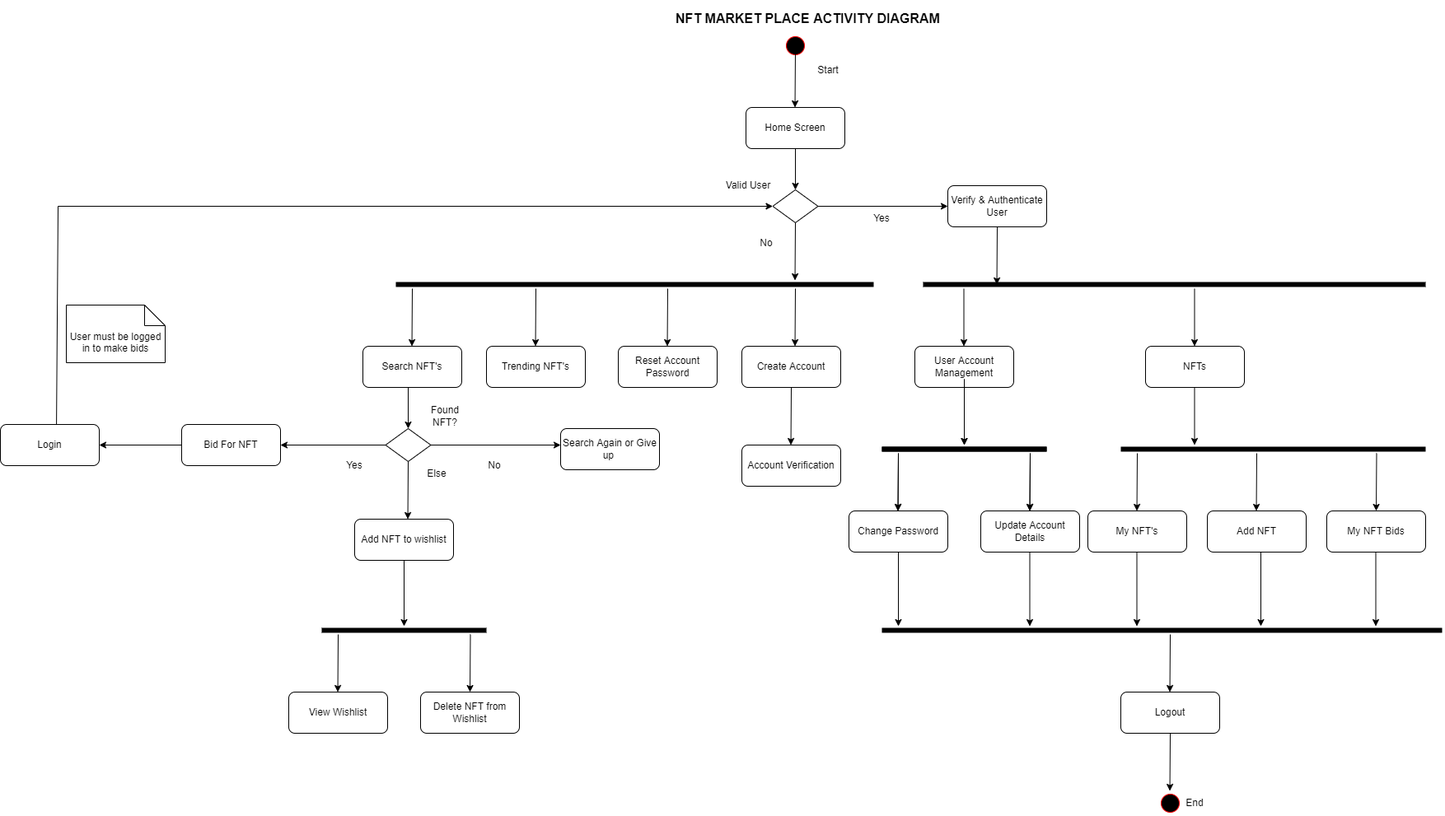
This is diagrams/activity-diagram.png from kevy0915/NFT_MarketPlace, a draw.io export, as it was before one commit. Source tidied: cells renumbered, new cells last; positions are measured from the earlier drawing's top-left corner, leaving out a move shared by most shapes.
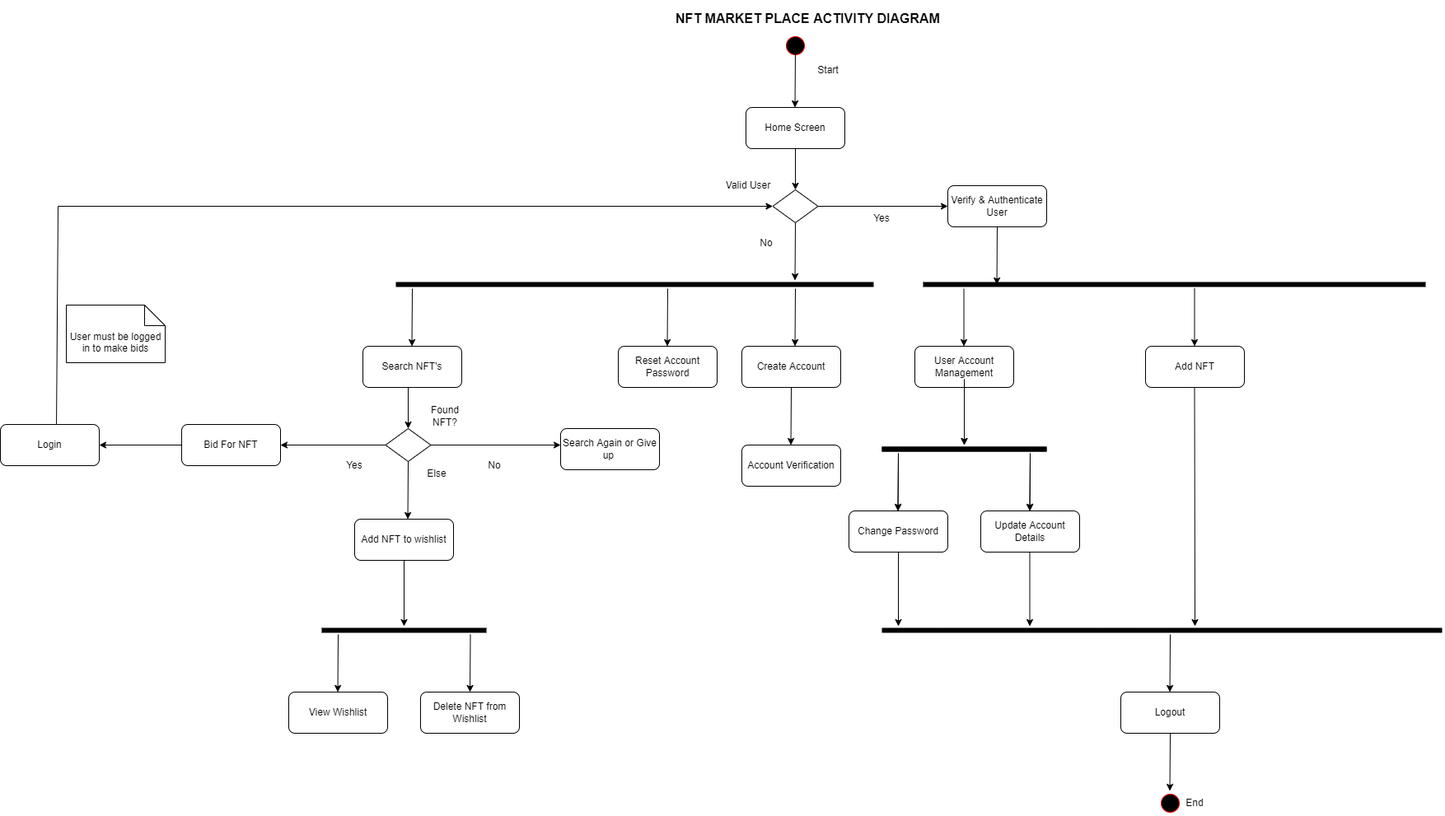
The same diagram one commit later.

Commit message:
removed trending nfts,my bids, my nfts from the activity diagram

Diff of the diagram source:
```diff
@@ -110,15 +110,9 @@
         <mxPoint x="1249.5" y="620" as="targetPoint" />
       </mxGeometry>
     </mxCell>
-    <mxCell id="29" value="Add NFT" style="rounded=1;whiteSpace=wrap;html=1;" parent="1" vertex="1">
-      <mxGeometry x="1465" y="620" width="120" height="50" as="geometry" />
-    </mxCell>
-    <mxCell id="30" value="NFTs" style="rounded=1;whiteSpace=wrap;html=1;" parent="1" vertex="1">
+    <mxCell id="30" value="Add NFT" style="rounded=1;whiteSpace=wrap;html=1;" parent="1" vertex="1">
       <mxGeometry x="1390" y="420" width="120" height="50" as="geometry" />
     </mxCell>
-    <mxCell id="31" value="My NFT Bids" style="rounded=1;whiteSpace=wrap;html=1;" parent="1" vertex="1">
-      <mxGeometry x="1610" y="620" width="120" height="50" as="geometry" />
-    </mxCell>
     <mxCell id="32" value="Start" style="text;html=1;strokeColor=none;fillColor=none;align=center;verticalAlign=middle;whiteSpace=wrap;rounded=0;" parent="1" vertex="1">
       <mxGeometry x="975" y="70" width="60" height="30" as="geometry" />
     </mxCell>
@@ -143,33 +137,12 @@
         <mxPoint x="1249.5" y="620" as="targetPoint" />
       </mxGeometry>
     </mxCell>
-    <mxCell id="37" value="Trending NFT's" style="rounded=1;whiteSpace=wrap;html=1;" parent="1" vertex="1">
-      <mxGeometry x="590" y="420" width="120" height="50" as="geometry" />
-    </mxCell>
-    <mxCell id="38" value="My NFT's" style="rounded=1;whiteSpace=wrap;html=1;" parent="1" vertex="1">
-      <mxGeometry x="1320" y="620" width="120" height="50" as="geometry" />
-    </mxCell>
     <mxCell id="39" style="endArrow=classic;html=1;rounded=0;" parent="1" edge="1">
       <mxGeometry relative="1" as="geometry">
         <mxPoint x="1449.5" y="470" as="sourcePoint" />
-        <mxPoint x="1449.5" y="540" as="targetPoint" />
+        <mxPoint x="1450" y="760" as="targetPoint" />
       </mxGeometry>
     </mxCell>
-    <mxCell id="40" style="shape=line;html=1;strokeWidth=6;strokeColor=#000000;" parent="1" vertex="1">
-      <mxGeometry x="1360" y="540" width="370" height="10" as="geometry" />
-    </mxCell>
-    <mxCell id="41" style="endArrow=classic;html=1;rounded=0;exitX=0.5;exitY=1;exitDx=0;exitDy=0;" parent="1" edge="1">
-      <mxGeometry relative="1" as="geometry">
-        <mxPoint x="1380" y="550" as="sourcePoint" />
-        <mxPoint x="1379.5" y="620" as="targetPoint" />
-      </mxGeometry>
-    </mxCell>
-    <mxCell id="42" style="endArrow=classic;html=1;rounded=0;exitX=0.5;exitY=1;exitDx=0;exitDy=0;" parent="1" edge="1">
-      <mxGeometry relative="1" as="geometry">
-        <mxPoint x="650" y="350" as="sourcePoint" />
-        <mxPoint x="649.5" y="420" as="targetPoint" />
-      </mxGeometry>
-    </mxCell>
     <mxCell id="43" style="shape=line;html=1;strokeWidth=6;strokeColor=#000000;" parent="1" vertex="1">
       <mxGeometry x="1070" y="760" width="680" height="10" as="geometry" />
     </mxCell>
@@ -268,24 +241,6 @@
         <mxPoint x="1249.5" y="760" as="targetPoint" />
       </mxGeometry>
     </mxCell>
-    <mxCell id="66" style="endArrow=classic;html=1;rounded=0;exitX=0.5;exitY=1;exitDx=0;exitDy=0;" parent="1" edge="1">
-      <mxGeometry relative="1" as="geometry">
-        <mxPoint x="1379.5" y="670" as="sourcePoint" />
-        <mxPoint x="1379.5" y="760" as="targetPoint" />
-      </mxGeometry>
-    </mxCell>
-    <mxCell id="67" style="endArrow=classic;html=1;rounded=0;exitX=0.5;exitY=1;exitDx=0;exitDy=0;" parent="1" edge="1">
-      <mxGeometry relative="1" as="geometry">
-        <mxPoint x="1530" y="670" as="sourcePoint" />
-        <mxPoint x="1530" y="760" as="targetPoint" />
-      </mxGeometry>
-    </mxCell>
-    <mxCell id="68" style="endArrow=classic;html=1;rounded=0;exitX=0.5;exitY=1;exitDx=0;exitDy=0;" parent="1" edge="1">
-      <mxGeometry relative="1" as="geometry">
-        <mxPoint x="1669.5" y="670" as="sourcePoint" />
-        <mxPoint x="1669.5" y="760" as="targetPoint" />
-      </mxGeometry>
-    </mxCell>
     <mxCell id="69" style="endArrow=classic;html=1;rounded=0;strokeColor=#000000;exitX=0;exitY=0.5;exitDx=0;exitDy=0;" parent="1" edge="1" source="50">
       <mxGeometry relative="1" as="geometry">
         <mxPoint x="340" y="540" as="targetPoint" />
@@ -301,18 +256,6 @@
         </Array>
       </mxGeometry>
     </mxCell>
-    <mxCell id="72" style="endArrow=classic;html=1;rounded=0;exitX=0.5;exitY=1;exitDx=0;exitDy=0;" parent="1" edge="1">
-      <mxGeometry relative="1" as="geometry">
-        <mxPoint x="1525" y="550" as="sourcePoint" />
-        <mxPoint x="1524.5" y="620" as="targetPoint" />
-      </mxGeometry>
-    </mxCell>
-    <mxCell id="73" style="endArrow=classic;html=1;rounded=0;exitX=0.5;exitY=1;exitDx=0;exitDy=0;" parent="1" edge="1">
-      <mxGeometry relative="1" as="geometry">
-        <mxPoint x="1670.5" y="550" as="sourcePoint" />
-        <mxPoint x="1670" y="620" as="targetPoint" />
-      </mxGeometry>
-    </mxCell>
     <mxCell id="74" style="endArrow=classic;html=1;rounded=0;" parent="1" edge="1">
       <mxGeometry relative="1" as="geometry">
         <mxPoint x="1449.5" y="350" as="sourcePoint" />
```
